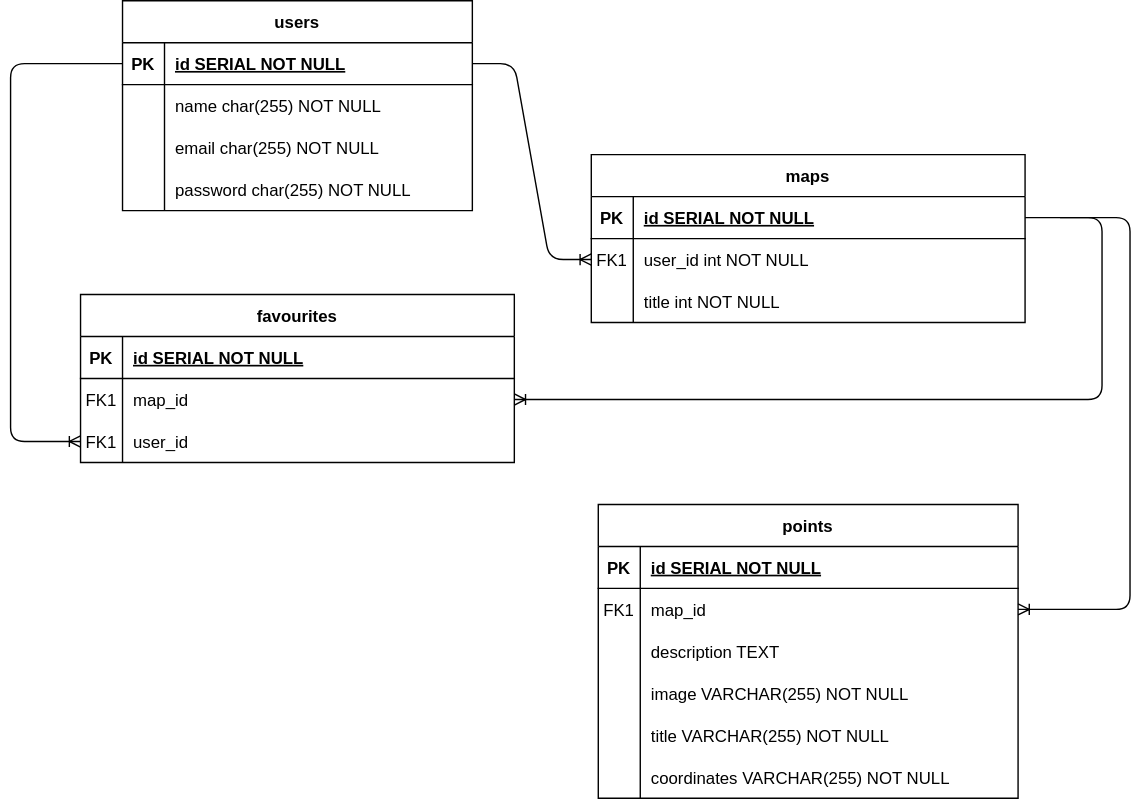
Above: drawio/ERD.drawio.svg in gilabarreto/Wiki-Map (draw.io), before the change. Source tidied: cells renumbered, new cells last; positions are measured from the earlier drawing's top-left corner, leaving out a move shared by most shapes.
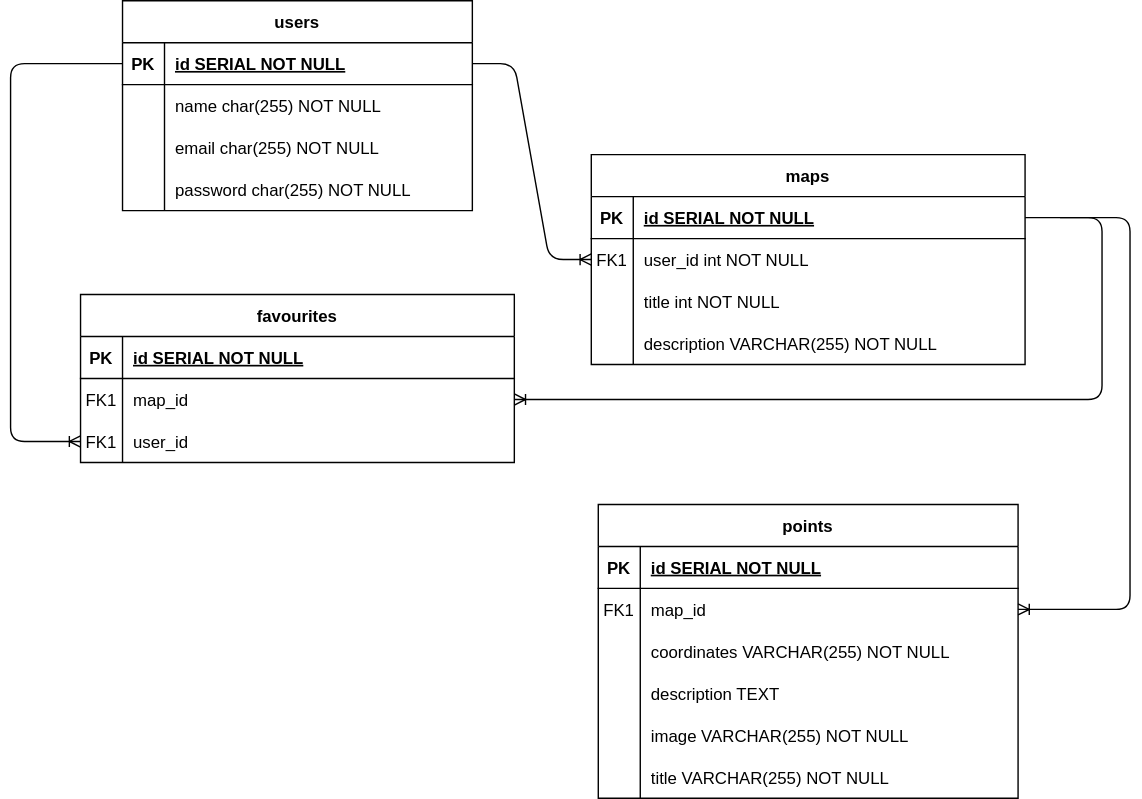
Above is the later version.

Change to the diagram source:
```diff
@@ -3,7 +3,7 @@
     <mxCell id="0" />
     <mxCell id="1" parent="0" />
     <mxCell id="2" value="maps" style="shape=table;startSize=30;rowLines=0;fontStyle=1;align=center;" parent="1" vertex="1">
-      <mxGeometry x="415" y="110" width="310" height="120" as="geometry" />
+      <mxGeometry x="415" y="110" width="310" height="150" as="geometry" />
     </mxCell>
     <mxCell id="3" style="shape=partialRectangle;fillColor=none;points=[[0,0.5],[1,0.5]];portConstraint=eastwest;top=0;left=0;right=0;bottom=1;" parent="2" vertex="1">
       <mxGeometry y="30" width="310" height="30" as="geometry" />
@@ -32,6 +32,15 @@
     <mxCell id="11" value="title int NOT NULL" style="shape=partialRectangle;overflow=hidden;fillColor=none;top=0;left=0;bottom=0;right=0;align=left;spacingLeft=6;" parent="9" vertex="1">
       <mxGeometry x="30" width="280" height="30" as="geometry" />
     </mxCell>
+    <mxCell id="58" style="shape=partialRectangle;fillColor=none;top=0;left=0;right=0;bottom=0;" parent="2" vertex="1">
+      <mxGeometry y="120" width="310" height="30" as="geometry" />
+    </mxCell>
+    <mxCell id="59" style="shape=partialRectangle;overflow=hidden;fillColor=none;top=0;left=0;bottom=0;right=0;" parent="58" vertex="1">
+      <mxGeometry width="30" height="30" as="geometry" />
+    </mxCell>
+    <mxCell id="60" value="description VARCHAR(255) NOT NULL" style="shape=partialRectangle;overflow=hidden;fillColor=none;top=0;left=0;bottom=0;right=0;align=left;spacingLeft=6;" parent="58" vertex="1">
+      <mxGeometry x="30" width="280" height="30" as="geometry" />
+    </mxCell>
     <mxCell id="12" value="users" style="shape=table;startSize=30;rowLines=0;fontStyle=1;align=center;" parent="1" vertex="1">
       <mxGeometry x="80" width="250" height="150" as="geometry" />
     </mxCell>
@@ -122,8 +131,17 @@
     <mxCell id="41" value="map_id" style="shape=partialRectangle;overflow=hidden;fillColor=none;top=0;left=0;bottom=0;right=0;align=left;spacingLeft=6;" parent="39" vertex="1">
       <mxGeometry x="30" width="270" height="30" as="geometry" />
     </mxCell>
+    <mxCell id="51" style="shape=partialRectangle;fillColor=none;top=0;left=0;right=0;bottom=0;" parent="35" vertex="1">
+      <mxGeometry y="90" width="300" height="30" as="geometry" />
+    </mxCell>
+    <mxCell id="52" style="shape=partialRectangle;overflow=hidden;fillColor=none;top=0;left=0;bottom=0;right=0;" parent="51" vertex="1">
+      <mxGeometry width="30" height="30" as="geometry" />
+    </mxCell>
+    <mxCell id="53" value="coordinates VARCHAR(255) NOT NULL" style="shape=partialRectangle;overflow=hidden;fillColor=none;top=0;left=0;bottom=0;right=0;align=left;spacingLeft=6;" parent="51" vertex="1">
+      <mxGeometry x="30" width="270" height="30" as="geometry" />
+    </mxCell>
     <mxCell id="42" style="shape=partialRectangle;fillColor=none;top=0;left=0;right=0;bottom=0;" parent="35" vertex="1">
-      <mxGeometry y="90" width="300" height="30" as="geometry" />
+      <mxGeometry y="120" width="300" height="30" as="geometry" />
     </mxCell>
     <mxCell id="43" style="shape=partialRectangle;overflow=hidden;fillColor=none;top=0;left=0;bottom=0;right=0;" parent="42" vertex="1">
       <mxGeometry width="30" height="30" as="geometry" />
@@ -132,7 +150,7 @@
       <mxGeometry x="30" width="270" height="30" as="geometry" />
     </mxCell>
     <mxCell id="45" style="shape=partialRectangle;fillColor=none;top=0;left=0;right=0;bottom=0;" parent="35" vertex="1">
-      <mxGeometry y="120" width="300" height="30" as="geometry" />
+      <mxGeometry y="150" width="300" height="30" as="geometry" />
     </mxCell>
     <mxCell id="46" style="shape=partialRectangle;overflow=hidden;fillColor=none;top=0;left=0;bottom=0;right=0;" parent="45" vertex="1">
       <mxGeometry width="30" height="30" as="geometry" />
@@ -141,7 +159,7 @@
       <mxGeometry x="30" width="270" height="30" as="geometry" />
     </mxCell>
     <mxCell id="48" style="shape=partialRectangle;fillColor=none;top=0;left=0;right=0;bottom=0;" parent="35" vertex="1">
-      <mxGeometry y="150" width="300" height="30" as="geometry" />
+      <mxGeometry y="180" width="300" height="30" as="geometry" />
     </mxCell>
     <mxCell id="49" style="shape=partialRectangle;overflow=hidden;fillColor=none;top=0;left=0;bottom=0;right=0;" parent="48" vertex="1">
       <mxGeometry width="30" height="30" as="geometry" />
@@ -149,15 +167,6 @@
     <mxCell id="50" value="title VARCHAR(255) NOT NULL" style="shape=partialRectangle;overflow=hidden;fillColor=none;top=0;left=0;bottom=0;right=0;align=left;spacingLeft=6;" parent="48" vertex="1">
       <mxGeometry x="30" width="270" height="30" as="geometry" />
     </mxCell>
-    <mxCell id="51" style="shape=partialRectangle;fillColor=none;top=0;left=0;right=0;bottom=0;" parent="35" vertex="1">
-      <mxGeometry y="180" width="300" height="30" as="geometry" />
-    </mxCell>
-    <mxCell id="52" style="shape=partialRectangle;overflow=hidden;fillColor=none;top=0;left=0;bottom=0;right=0;" parent="51" vertex="1">
-      <mxGeometry width="30" height="30" as="geometry" />
-    </mxCell>
-    <mxCell id="53" value="coordinates VARCHAR(255) NOT NULL" style="shape=partialRectangle;overflow=hidden;fillColor=none;top=0;left=0;bottom=0;right=0;align=left;spacingLeft=6;" parent="51" vertex="1">
-      <mxGeometry x="30" width="270" height="30" as="geometry" />
-    </mxCell>
     <mxCell id="54" style="edgeStyle=entityRelationEdgeStyle;fontSize=12;html=1;endArrow=ERoneToMany;exitX=1;exitY=0.5;exitDx=0;exitDy=0;entryX=0;entryY=0.5;entryDx=0;entryDy=0;" parent="1" edge="1" source="13" target="6">
       <mxGeometry relative="1" as="geometry" />
     </mxCell>
```
